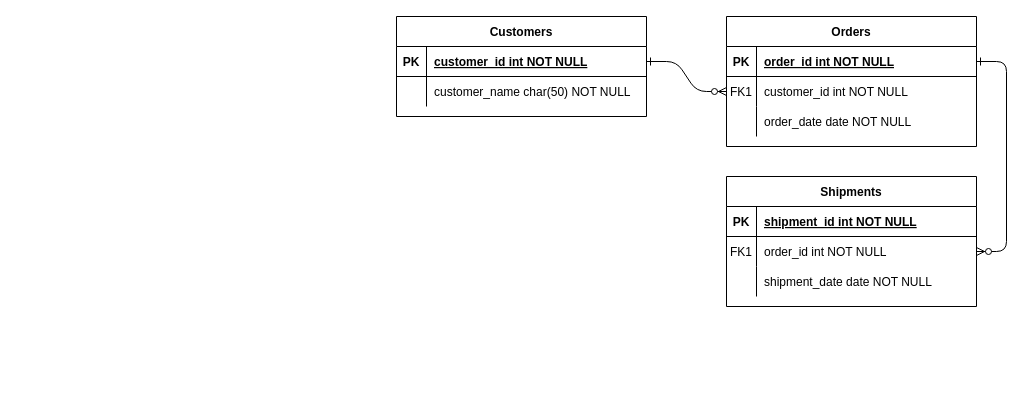
Earlier version of the draw.io diagram DbProject.drawio (DarkReduX/Diagrams-for-projects). Source tidied: cells renumbered, new cells numbered last; positions are measured from the earlier drawing's top-left corner, leaving out a move shared by most shapes. Both pictures are drawn from the tidied source at 100%, with x=0, y=0 at pixel (396, 16).
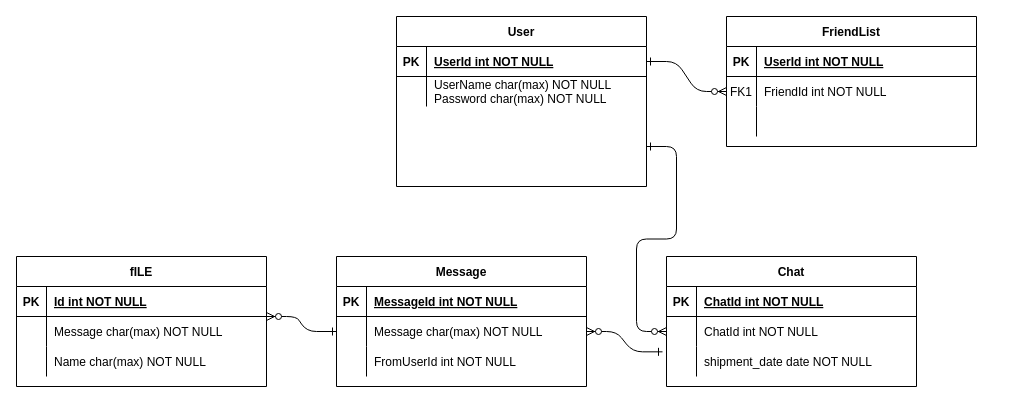
The same diagram, later.

Unchanged cells that the change refers to:
```xml
<mxCell id="5" style="shape=partialRectangle;fillColor=none;points=[[0,0.5],[1,0.5]];portConstraint=eastwest;top=0;left=0;right=0;bottom=1;" parent="4" vertex="1">
  <mxGeometry y="30" width="250" height="30" as="geometry" />
</mxCell>
<mxCell id="8" style="shape=partialRectangle;fillColor=none;points=[[0,0.5],[1,0.5]];portConstraint=eastwest;top=0;left=0;right=0;bottom=0;" parent="4" vertex="1">
  <mxGeometry y="60" width="250" height="30" as="geometry" />
</mxCell>
<mxCell id="11" style="shape=partialRectangle;fillColor=none;top=0;left=0;right=0;bottom=0;" parent="4" vertex="1">
  <mxGeometry y="90" width="250" height="30" as="geometry" />
</mxCell>
<mxCell id="15" style="shape=partialRectangle;fillColor=none;top=0;left=0;right=0;bottom=1;" parent="14" vertex="1">
  <mxGeometry y="30" width="250" height="30" as="geometry" />
</mxCell>
<mxCell id="18" style="shape=partialRectangle;fillColor=none;points=[[0,0.5],[1,0.5]];portConstraint=eastwest;top=0;left=0;right=0;bottom=0;" parent="14" vertex="1">
  <mxGeometry y="60" width="250" height="30" as="geometry" />
</mxCell>
<mxCell id="25" style="shape=partialRectangle;fillColor=none;points=[[0,0.5],[1,0.5]];portConstraint=eastwest;top=0;left=0;right=0;bottom=1;" parent="24" vertex="1">
  <mxGeometry y="30" width="250" height="30" as="geometry" />
</mxCell>
<mxCell id="28" style="shape=partialRectangle;fillColor=none;top=0;left=0;right=0;bottom=0;" parent="24" vertex="1">
  <mxGeometry y="60" width="250" height="30" as="geometry" />
</mxCell>
```

Change to the diagram source:
```diff
@@
-    <mxCell id="3" style="edgeStyle=entityRelationEdgeStyle;endArrow=ERzeroToMany;startArrow=ERone;endFill=1;startFill=0;" parent="1" edge="1" source="5" target="18">
-      <mxGeometry relative="1" as="geometry" />
+    <mxCell id="3" style="edgeStyle=entityRelationEdgeStyle;endArrow=ERzeroToMany;startArrow=ERone;endFill=1;startFill=0;" parent="1" edge="1" target="18">
+      <mxGeometry relative="1" as="geometry">
+        <mxPoint x="250" y="130" as="sourcePoint" />
+      </mxGeometry>
     </mxCell>
-    <mxCell id="4" value="Orders" style="shape=table;startSize=30;childLayout=tableLayout;rowLines=0;fontStyle=1;align=center;" parent="1" vertex="1">
+    <mxCell id="4" value="FriendList" style="shape=table;startSize=30;childLayout=tableLayout;rowLines=0;fontStyle=1;align=center;" parent="1" vertex="1">
       <mxGeometry x="330" width="250" height="130" as="geometry" />
     </mxCell>
@@
-    <mxCell id="7" value="order_id int NOT NULL " style="shape=partialRectangle;overflow=hidden;fillColor=none;top=0;left=0;bottom=0;right=0;align=left;spacingLeft=6;fontStyle=5;" parent="5" vertex="1">
+    <mxCell id="7" value="UserId int NOT NULL" style="shape=partialRectangle;overflow=hidden;fillColor=none;top=0;left=0;bottom=0;right=0;align=left;spacingLeft=6;fontStyle=5;" parent="5" vertex="1">
       <mxGeometry x="30" width="220" height="30" as="geometry" />
     </mxCell>
@@
-    <mxCell id="10" value="customer_id int NOT NULL" style="shape=partialRectangle;overflow=hidden;fillColor=none;top=0;left=0;bottom=0;right=0;align=left;spacingLeft=6;" parent="8" vertex="1">
+    <mxCell id="10" value="FriendId int NOT NULL" style="shape=partialRectangle;overflow=hidden;fillColor=none;top=0;left=0;bottom=0;right=0;align=left;spacingLeft=6;" parent="8" vertex="1">
       <mxGeometry x="30" width="220" height="30" as="geometry" />
     </mxCell>
@@
-    <mxCell id="13" value="order_date date NOT NULL" style="shape=partialRectangle;overflow=hidden;fillColor=none;top=0;left=0;bottom=0;right=0;align=left;spacingLeft=6;" parent="11" vertex="1">
+    <mxCell id="13" style="shape=partialRectangle;overflow=hidden;fillColor=none;top=0;left=0;bottom=0;right=0;align=left;spacingLeft=6;" parent="11" vertex="1">
       <mxGeometry x="30" width="220" height="30" as="geometry" />
     </mxCell>
-    <mxCell id="14" value="Shipments" style="shape=table;startSize=30;childLayout=tableLayout;rowLines=0;fontStyle=1;align=center;" parent="1" vertex="1">
-      <mxGeometry x="330" y="160" width="250" height="130" as="geometry" />
+    <mxCell id="14" value="Chat" style="shape=table;startSize=30;childLayout=tableLayout;rowLines=0;fontStyle=1;align=center;" parent="1" vertex="1">
+      <mxGeometry x="270" y="240" width="250" height="130" as="geometry" />
     </mxCell>
@@
-    <mxCell id="17" value="shipment_id int NOT NULL " style="shape=partialRectangle;overflow=hidden;fillColor=none;top=0;left=0;bottom=0;right=0;align=left;spacingLeft=6;fontStyle=5;" parent="15" vertex="1">
+    <mxCell id="17" value="ChatId int NOT NULL " style="shape=partialRectangle;overflow=hidden;fillColor=none;top=0;left=0;bottom=0;right=0;align=left;spacingLeft=6;fontStyle=5;" parent="15" vertex="1">
       <mxGeometry x="30" width="220" height="30" as="geometry" />
     </mxCell>
@@
-    <mxCell id="19" value="FK1" style="shape=partialRectangle;overflow=hidden;fillColor=none;top=0;left=0;bottom=0;right=0;" parent="18" vertex="1">
+    <mxCell id="19" style="shape=partialRectangle;overflow=hidden;fillColor=none;top=0;left=0;bottom=0;right=0;" parent="18" vertex="1">
       <mxGeometry width="30" height="30" as="geometry" />
     </mxCell>
-    <mxCell id="20" value="order_id int NOT NULL" style="shape=partialRectangle;overflow=hidden;fillColor=none;top=0;left=0;bottom=0;right=0;align=left;spacingLeft=6;" parent="18" vertex="1">
+    <mxCell id="20" value="ChatId int NOT NULL" style="shape=partialRectangle;overflow=hidden;fillColor=none;top=0;left=0;bottom=0;right=0;align=left;spacingLeft=6;" parent="18" vertex="1">
       <mxGeometry x="30" width="220" height="30" as="geometry" />
     </mxCell>
@@
-    <mxCell id="24" value="Customers" style="shape=table;startSize=30;childLayout=tableLayout;rowLines=0;fontStyle=1;align=center;" parent="1" vertex="1">
-      <mxGeometry width="250" height="100" as="geometry" />
+    <mxCell id="24" value="User" style="shape=table;startSize=30;childLayout=tableLayout;rowLines=0;fontStyle=1;align=center;" parent="1" vertex="1">
+      <mxGeometry width="250" height="170" as="geometry" />
     </mxCell>
@@
-    <mxCell id="27" value="customer_id int NOT NULL " style="shape=partialRectangle;overflow=hidden;fillColor=none;top=0;left=0;bottom=0;right=0;align=left;spacingLeft=6;fontStyle=5;" parent="25" vertex="1">
+    <mxCell id="27" value="UserId int NOT NULL " style="shape=partialRectangle;overflow=hidden;fillColor=none;top=0;left=0;bottom=0;right=0;align=left;spacingLeft=6;fontStyle=5;" parent="25" vertex="1">
       <mxGeometry x="30" width="220" height="30" as="geometry" />
     </mxCell>
@@
-    <mxCell id="30" value="customer_name char(50) NOT NULL" style="shape=partialRectangle;overflow=hidden;fillColor=none;top=0;left=0;bottom=0;right=0;align=left;spacingLeft=6;" parent="28" vertex="1">
+    <mxCell id="30" value="UserName char(max) NOT NULL&#10;Password char(max) NOT NULL" style="shape=partialRectangle;overflow=hidden;fillColor=none;top=0;left=0;bottom=0;right=0;align=left;spacingLeft=6;" parent="28" vertex="1">
       <mxGeometry x="30" width="220" height="30" as="geometry" />
     </mxCell>
+    <mxCell id="31" value="Message" style="shape=table;startSize=30;childLayout=tableLayout;rowLines=0;fontStyle=1;align=center;" parent="1" vertex="1">
+      <mxGeometry x="-60" y="240" width="250" height="130" as="geometry" />
+    </mxCell>
+    <mxCell id="32" style="shape=partialRectangle;fillColor=none;top=0;left=0;right=0;bottom=1;" parent="31" vertex="1">
+      <mxGeometry y="30" width="250" height="30" as="geometry" />
+    </mxCell>
+    <mxCell id="33" value="PK" style="shape=partialRectangle;overflow=hidden;fillColor=none;top=0;left=0;bottom=0;right=0;fontStyle=1;" parent="32" vertex="1">
+      <mxGeometry width="30" height="30" as="geometry" />
+    </mxCell>
+    <mxCell id="34" value="MessageId int NOT NULL " style="shape=partialRectangle;overflow=hidden;fillColor=none;top=0;left=0;bottom=0;right=0;align=left;spacingLeft=6;fontStyle=5;" parent="32" vertex="1">
+      <mxGeometry x="30" width="220" height="30" as="geometry" />
+    </mxCell>
+    <mxCell id="35" style="shape=partialRectangle;fillColor=none;points=[[0,0.5],[1,0.5]];portConstraint=eastwest;top=0;left=0;right=0;bottom=0;" parent="31" vertex="1">
+      <mxGeometry y="60" width="250" height="30" as="geometry" />
+    </mxCell>
+    <mxCell id="36" style="shape=partialRectangle;overflow=hidden;fillColor=none;top=0;left=0;bottom=0;right=0;" parent="35" vertex="1">
+      <mxGeometry width="30" height="30" as="geometry" />
+    </mxCell>
+    <mxCell id="37" value="Message char(max) NOT NULL" style="shape=partialRectangle;overflow=hidden;fillColor=none;top=0;left=0;bottom=0;right=0;align=left;spacingLeft=6;" parent="35" vertex="1">
+      <mxGeometry x="30" width="220" height="30" as="geometry" />
+    </mxCell>
+    <mxCell id="38" style="shape=partialRectangle;fillColor=none;top=0;left=0;right=0;bottom=0;" parent="31" vertex="1">
+      <mxGeometry y="90" width="250" height="30" as="geometry" />
+    </mxCell>
+    <mxCell id="39" style="shape=partialRectangle;overflow=hidden;fillColor=none;top=0;left=0;bottom=0;right=0;" parent="38" vertex="1">
+      <mxGeometry width="30" height="30" as="geometry" />
+    </mxCell>
+    <mxCell id="40" value="FromUserId int NOT NULL" style="shape=partialRectangle;overflow=hidden;fillColor=none;top=0;left=0;bottom=0;right=0;align=left;spacingLeft=6;" parent="38" vertex="1">
+      <mxGeometry x="30" width="220" height="30" as="geometry" />
+    </mxCell>
+    <mxCell id="41" value="fILE" style="shape=table;startSize=30;childLayout=tableLayout;rowLines=0;fontStyle=1;align=center;" parent="1" vertex="1">
+      <mxGeometry x="-380" y="240" width="250" height="130" as="geometry" />
+    </mxCell>
+    <mxCell id="42" style="shape=partialRectangle;fillColor=none;top=0;left=0;right=0;bottom=1;" parent="41" vertex="1">
+      <mxGeometry y="30" width="250" height="30" as="geometry" />
+    </mxCell>
+    <mxCell id="43" value="PK" style="shape=partialRectangle;overflow=hidden;fillColor=none;top=0;left=0;bottom=0;right=0;fontStyle=1;" parent="42" vertex="1">
+      <mxGeometry width="30" height="30" as="geometry" />
+    </mxCell>
+    <mxCell id="44" value="Id int NOT NULL " style="shape=partialRectangle;overflow=hidden;fillColor=none;top=0;left=0;bottom=0;right=0;align=left;spacingLeft=6;fontStyle=5;" parent="42" vertex="1">
+      <mxGeometry x="30" width="220" height="30" as="geometry" />
+    </mxCell>
+    <mxCell id="45" style="shape=partialRectangle;fillColor=none;points=[[0,0.5],[1,0.5]];portConstraint=eastwest;top=0;left=0;right=0;bottom=0;" parent="41" vertex="1">
+      <mxGeometry y="60" width="250" height="30" as="geometry" />
+    </mxCell>
+    <mxCell id="46" style="shape=partialRectangle;overflow=hidden;fillColor=none;top=0;left=0;bottom=0;right=0;" parent="45" vertex="1">
+      <mxGeometry width="30" height="30" as="geometry" />
+    </mxCell>
+    <mxCell id="47" value="Message char(max) NOT NULL" style="shape=partialRectangle;overflow=hidden;fillColor=none;top=0;left=0;bottom=0;right=0;align=left;spacingLeft=6;" parent="45" vertex="1">
+      <mxGeometry x="30" width="220" height="30" as="geometry" />
+    </mxCell>
+    <mxCell id="48" style="shape=partialRectangle;fillColor=none;top=0;left=0;right=0;bottom=0;" parent="41" vertex="1">
+      <mxGeometry y="90" width="250" height="30" as="geometry" />
+    </mxCell>
+    <mxCell id="49" style="shape=partialRectangle;overflow=hidden;fillColor=none;top=0;left=0;bottom=0;right=0;" parent="48" vertex="1">
+      <mxGeometry width="30" height="30" as="geometry" />
+    </mxCell>
+    <mxCell id="50" value="Name char(max) NOT NULL" style="shape=partialRectangle;overflow=hidden;fillColor=none;top=0;left=0;bottom=0;right=0;align=left;spacingLeft=6;" parent="48" vertex="1">
+      <mxGeometry x="30" width="220" height="30" as="geometry" />
+    </mxCell>
+    <mxCell id="51" style="edgeStyle=entityRelationEdgeStyle;endArrow=ERzeroToMany;startArrow=ERone;endFill=1;startFill=0;entryX=1;entryY=0.5;entryDx=0;entryDy=0;exitX=-0.016;exitY=1.178;exitDx=0;exitDy=0;exitPerimeter=0;" parent="1" edge="1" source="18" target="35">
+      <mxGeometry relative="1" as="geometry" />
+    </mxCell>
+    <mxCell id="52" style="edgeStyle=entityRelationEdgeStyle;endArrow=ERzeroToMany;startArrow=ERone;endFill=1;startFill=0;entryX=1;entryY=0;entryDx=0;entryDy=0;exitX=0;exitY=0.5;exitDx=0;exitDy=0;entryPerimeter=0;" parent="1" edge="1" source="35" target="45">
+      <mxGeometry relative="1" as="geometry" />
+    </mxCell>
```
